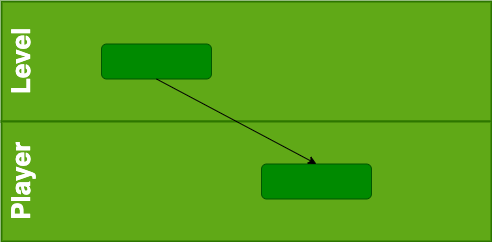
Above: Communicating Architecture/UML Activity Diagram/Activity Diagram Partitions.png in smitbmx/Architecture-Diagrams (draw.io), before the change. Source tidied: cells renumbered, new cells last; positions are measured from the earlier drawing's top-left corner, leaving out a move shared by most shapes.
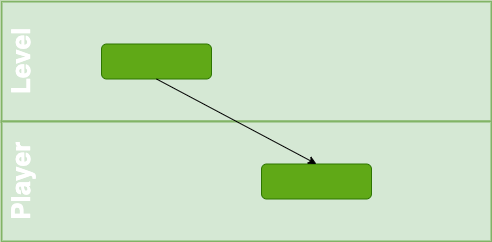
After the change.

What changed in the source:
```diff
@@ -2,10 +2,10 @@
   <root>
     <mxCell id="0" />
     <mxCell id="1" parent="0" />
-    <mxCell id="2" style="rounded=0;whiteSpace=wrap;html=1;fillColor=#60a917;strokeColor=#2D7600;fontColor=#ffffff;strokeWidth=2;" parent="1" vertex="1">
+    <mxCell id="2" style="rounded=0;whiteSpace=wrap;html=1;fillColor=#d5e8d4;strokeColor=#82b366;strokeWidth=2;" parent="1" vertex="1">
       <mxGeometry width="490" height="120" as="geometry" />
     </mxCell>
-    <mxCell id="3" style="rounded=0;whiteSpace=wrap;html=1;fillColor=#60a917;strokeColor=#2D7600;fontColor=#ffffff;strokeWidth=2;" parent="1" vertex="1">
+    <mxCell id="3" style="rounded=0;whiteSpace=wrap;html=1;fillColor=#d5e8d4;strokeColor=#82b366;strokeWidth=2;" parent="1" vertex="1">
       <mxGeometry y="120" width="490" height="120" as="geometry" />
     </mxCell>
     <mxCell id="4" value="Level" style="text;html=1;strokeColor=none;fillColor=none;align=center;verticalAlign=middle;whiteSpace=wrap;rounded=0;rotation=-90;fontSize=26;fontColor=#FFFFFF;fontStyle=1;" parent="1" vertex="1">
@@ -14,10 +14,10 @@
     <mxCell id="5" value="Player" style="text;html=1;strokeColor=none;fillColor=none;align=center;verticalAlign=middle;whiteSpace=wrap;rounded=0;rotation=-90;fontSize=26;fontColor=#FFFFFF;fontStyle=1;" parent="1" vertex="1">
       <mxGeometry y="170" width="40" height="20" as="geometry" />
     </mxCell>
-    <mxCell id="6" style="rounded=1;whiteSpace=wrap;html=1;fontSize=26;fontColor=#ffffff;fillColor=#008a00;strokeColor=#005700;" parent="1" vertex="1">
+    <mxCell id="6" style="rounded=1;whiteSpace=wrap;html=1;fontSize=26;fontColor=#ffffff;fillColor=#60a917;strokeColor=#2D7600;" parent="1" vertex="1">
       <mxGeometry x="100" y="42.5" width="110" height="35" as="geometry" />
     </mxCell>
-    <mxCell id="7" style="rounded=1;whiteSpace=wrap;html=1;fontSize=26;fontColor=#ffffff;fillColor=#008a00;strokeColor=#005700;" parent="1" vertex="1">
+    <mxCell id="7" style="rounded=1;whiteSpace=wrap;html=1;fontSize=26;fontColor=#ffffff;fillColor=#60a917;strokeColor=#2D7600;" parent="1" vertex="1">
       <mxGeometry x="260" y="162.5" width="110" height="35" as="geometry" />
     </mxCell>
     <mxCell id="8" style="endArrow=classic;html=1;fontSize=26;fontColor=#E1D5E7;exitX=0.5;exitY=1;exitDx=0;exitDy=0;entryX=0.5;entryY=0;entryDx=0;entryDy=0;" parent="1" edge="1" source="6" target="7">
```
